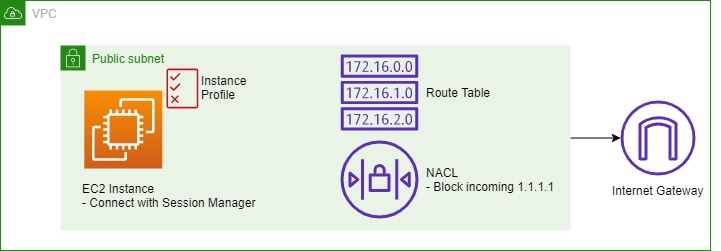
This is e02/e02.png from ben-burlingham/saa-c02-cfn-exercises, a draw.io export, as it was before one commit. Source tidied: cells renumbered, new cells last; positions are measured from the earlier drawing's top-left corner, leaving out a move shared by most shapes.
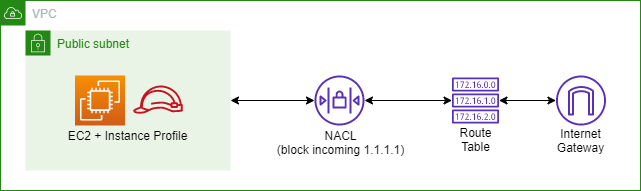
The same file after the commit.

Diff of the diagram source:
```diff
@@ -3,43 +3,58 @@
     <mxCell id="0" />
     <mxCell id="1" parent="0" />
     <mxCell id="2" value="VPC" style="gradientColor=none;html=1;whiteSpace=wrap;fontSize=12;fontStyle=0;shape=mxgraph.aws4.group;grIcon=mxgraph.aws4.group_vpc;strokeColor=#248814;fillColor=none;verticalAlign=top;align=left;spacingLeft=30;fontColor=#AAB7B8;dashed=0;" parent="1" vertex="1">
-      <mxGeometry width="710" height="250" as="geometry" />
+      <mxGeometry y="-60" width="640" height="190" as="geometry" />
     </mxCell>
-    <mxCell id="3" style="edgeStyle=orthogonalEdgeStyle;rounded=0;jettySize=auto;html=1;exitX=1;exitY=0.5;exitDx=0;exitDy=0;" parent="1" edge="1" source="4" target="7">
-      <mxGeometry relative="1" as="geometry" />
-    </mxCell>
     <mxCell id="4" value="Public subnet" style="points=[[0,0],[0.25,0],[0.5,0],[0.75,0],[1,0],[1,0.25],[1,0.5],[1,0.75],[1,1],[0.75,1],[0.5,1],[0.25,1],[0,1],[0,0.75],[0,0.5],[0,0.25]];outlineConnect=0;gradientColor=none;html=1;whiteSpace=wrap;fontSize=12;fontStyle=0;shape=mxgraph.aws4.group;grIcon=mxgraph.aws4.group_security_group;grStroke=0;strokeColor=#248814;fillColor=#E9F3E6;verticalAlign=top;align=left;spacingLeft=30;fontColor=#248814;dashed=0;" parent="1" vertex="1">
-      <mxGeometry x="60" y="45" width="510" height="185" as="geometry" />
+      <mxGeometry x="25" y="-30" width="205" height="140" as="geometry" />
     </mxCell>
-    <mxCell id="5" style="fontColor=#232F3E;gradientColor=#F78E04;gradientDirection=north;fillColor=#D05C17;strokeColor=#ffffff;dashed=0;verticalLabelPosition=bottom;verticalAlign=top;align=center;html=1;fontSize=12;fontStyle=0;shape=mxgraph.aws4.resourceIcon;resIcon=mxgraph.aws4.ec2;" parent="1" vertex="1">
-      <mxGeometry x="83.8" y="90" width="78" height="78" as="geometry" />
-    </mxCell>
-    <mxCell id="6" style="fontColor=#232F3E;gradientColor=none;fillColor=#5A30B5;strokeColor=none;dashed=0;verticalLabelPosition=bottom;verticalAlign=top;align=center;html=1;fontSize=12;fontStyle=0;shape=mxgraph.aws4.route_table;" parent="1" vertex="1">
-      <mxGeometry x="340" y="54" width="78" height="76" as="geometry" />
-    </mxCell>
-    <mxCell id="7" style="outlineConnect=0;fontColor=#232F3E;fillColor=#5A30B5;strokeColor=none;dashed=0;verticalLabelPosition=bottom;verticalAlign=top;align=center;html=1;fontSize=12;fontStyle=0;shape=mxgraph.aws4.internet_gateway;sketch=0;" parent="1" vertex="1">
-      <mxGeometry x="620" y="100" width="75" height="75" as="geometry" />
-    </mxCell>
+    <mxCell id="15" style="group;" parent="1" vertex="1">
+      <mxGeometry x="57.5" y="15" width="140" height="70" as="geometry" />
+    </mxCell>
+    <mxCell id="16" style="fontColor=#232F3E;gradientColor=none;fillColor=#C7131F;strokeColor=none;dashed=0;verticalLabelPosition=bottom;verticalAlign=top;align=center;html=1;fontSize=12;fontStyle=0;shape=mxgraph.aws4.role;" parent="15" vertex="1">
+      <mxGeometry x="75" y="10" width="50" height="28.2" as="geometry" />
+    </mxCell>
+    <mxCell id="17" style="fontColor=#232F3E;gradientColor=#F78E04;gradientDirection=north;fillColor=#D05C17;strokeColor=#ffffff;dashed=0;verticalLabelPosition=bottom;verticalAlign=top;align=center;html=1;fontSize=12;fontStyle=0;shape=mxgraph.aws4.resourceIcon;resIcon=mxgraph.aws4.ec2;" parent="15" vertex="1">
+      <mxGeometry x="17" width="50" height="50" as="geometry" />
+    </mxCell>
+    <mxCell id="18" value="&lt;div&gt;&lt;span&gt;EC2 + Instance Profile&lt;/span&gt;&lt;/div&gt;" style="text;html=1;align=center;verticalAlign=middle;fillColor=none;strokeColor=none;rounded=0;" parent="15" vertex="1">
+      <mxGeometry y="50" width="140" height="20" as="geometry" />
+    </mxCell>
+    <mxCell id="19" style="group;" parent="1" vertex="1">
+      <mxGeometry x="270" y="15" width="140" height="82" as="geometry" />
+    </mxCell>
-    <mxCell id="8" style="outlineConnect=0;fontColor=#232F3E;gradientColor=none;fillColor=#5A30B5;strokeColor=none;dashed=0;verticalLabelPosition=bottom;verticalAlign=top;align=center;html=1;fontSize=12;fontStyle=0;shape=mxgraph.aws4.network_access_control_list;" parent="1" vertex="1">
-      <mxGeometry x="340" y="140" width="78" height="78" as="geometry" />
+    <mxCell id="8" style="outlineConnect=0;fontColor=#232F3E;gradientColor=none;fillColor=#5A30B5;strokeColor=none;dashed=0;verticalLabelPosition=bottom;verticalAlign=top;align=center;html=1;fontSize=12;fontStyle=0;shape=mxgraph.aws4.network_access_control_list;" parent="19" vertex="1">
+      <mxGeometry x="44" width="50" height="50" as="geometry" />
     </mxCell>
-    <mxCell id="9" style="fontColor=#232F3E;gradientColor=none;fillColor=#C7131F;strokeColor=none;dashed=0;verticalLabelPosition=bottom;verticalAlign=top;align=center;html=1;fontSize=12;fontStyle=0;shape=mxgraph.aws4.permissions;" parent="1" vertex="1">
-      <mxGeometry x="166" y="68" width="31.8" height="40" as="geometry" />
-    </mxCell>
-    <mxCell id="10" value="Instance &lt;br&gt;Profile" style="text;html=1;align=left;verticalAlign=middle;fillColor=none;strokeColor=none;rounded=0;" parent="1" vertex="1">
-      <mxGeometry x="198.6" y="72" width="60" height="30" as="geometry" />
-    </mxCell>
-    <mxCell id="11" value="EC2 Instance&lt;br&gt;- Connect with Session Manager" style="text;html=1;align=left;verticalAlign=middle;fillColor=none;strokeColor=none;rounded=0;" parent="1" vertex="1">
-      <mxGeometry x="80" y="180" width="190" height="30" as="geometry" />
-    </mxCell>
+    <mxCell id="13" value="NACL&lt;br&gt;(block incoming 1.1.1.1)" style="text;html=1;align=center;verticalAlign=middle;fillColor=none;strokeColor=none;rounded=0;" parent="19" vertex="1">
+      <mxGeometry y="52" width="140" height="30" as="geometry" />
+    </mxCell>
+    <mxCell id="20" style="edgeStyle=orthogonalEdgeStyle;rounded=0;jettySize=auto;html=1;entryX=1;entryY=0.5;entryDx=0;entryDy=0;startArrow=classic;startFill=1;" parent="1" edge="1" source="8" target="4">
+      <mxGeometry relative="1" as="geometry" />
+    </mxCell>
+    <mxCell id="21" style="edgeStyle=orthogonalEdgeStyle;rounded=0;jettySize=auto;html=1;startArrow=classic;startFill=1;" parent="1" edge="1" source="24" target="8">
+      <mxGeometry relative="1" as="geometry" />
+    </mxCell>
+    <mxCell id="22" style="edgeStyle=orthogonalEdgeStyle;rounded=0;jettySize=auto;html=1;startArrow=classic;startFill=1;" parent="1" edge="1" source="24" target="26">
+      <mxGeometry relative="1" as="geometry" />
+    </mxCell>
+    <mxCell id="23" style="group;" parent="1" vertex="1">
+      <mxGeometry x="450" y="17" width="50" height="77" as="geometry" />
+    </mxCell>
+    <mxCell id="24" style="outlineConnect=0;fontColor=#232F3E;gradientColor=none;fillColor=#5A30B5;strokeColor=none;dashed=0;verticalLabelPosition=bottom;verticalAlign=top;align=center;html=1;fontSize=12;fontStyle=0;shape=mxgraph.aws4.route_table;" parent="23" vertex="1">
+      <mxGeometry x="1.4" width="47.2" height="46" as="geometry" />
+    </mxCell>
-    <mxCell id="12" value="Route Table" style="text;html=1;align=left;verticalAlign=middle;fillColor=none;strokeColor=none;rounded=0;" parent="1" vertex="1">
-      <mxGeometry x="424" y="82" width="80" height="20" as="geometry" />
+    <mxCell id="12" value="Route&lt;br&gt;Table" style="text;html=1;align=center;verticalAlign=middle;fillColor=none;strokeColor=none;rounded=0;" parent="23" vertex="1">
+      <mxGeometry y="47" width="50" height="30" as="geometry" />
     </mxCell>
-    <mxCell id="13" value="NACL&lt;br&gt;- Block incoming 1.1.1.1" style="text;html=1;align=left;verticalAlign=middle;fillColor=none;strokeColor=none;rounded=0;" parent="1" vertex="1">
-      <mxGeometry x="424" y="164" width="140" height="30" as="geometry" />
-    </mxCell>
+    <mxCell id="25" style="group;" parent="1" vertex="1">
+      <mxGeometry x="550" y="15" width="60" height="80.4" as="geometry" />
+    </mxCell>
+    <mxCell id="26" style="outlineConnect=0;fontColor=#232F3E;fillColor=#5A30B5;strokeColor=none;dashed=0;verticalLabelPosition=bottom;verticalAlign=top;align=center;html=1;fontSize=12;fontStyle=0;shape=mxgraph.aws4.internet_gateway;sketch=0;" parent="25" vertex="1">
+      <mxGeometry x="5.5" width="50" height="50" as="geometry" />
+    </mxCell>
-    <mxCell id="14" value="Internet Gateway" style="text;html=1;align=left;verticalAlign=middle;fillColor=none;strokeColor=none;rounded=0;" parent="1" vertex="1">
-      <mxGeometry x="610" y="180" width="110" height="20" as="geometry" />
+    <mxCell id="14" value="Internet&lt;br&gt;Gateway" style="text;html=1;align=center;verticalAlign=middle;fillColor=none;strokeColor=none;rounded=0;" parent="25" vertex="1">
+      <mxGeometry y="50.4" width="60" height="30" as="geometry" />
     </mxCell>
   </root>
 </mxGraphModel>
```
